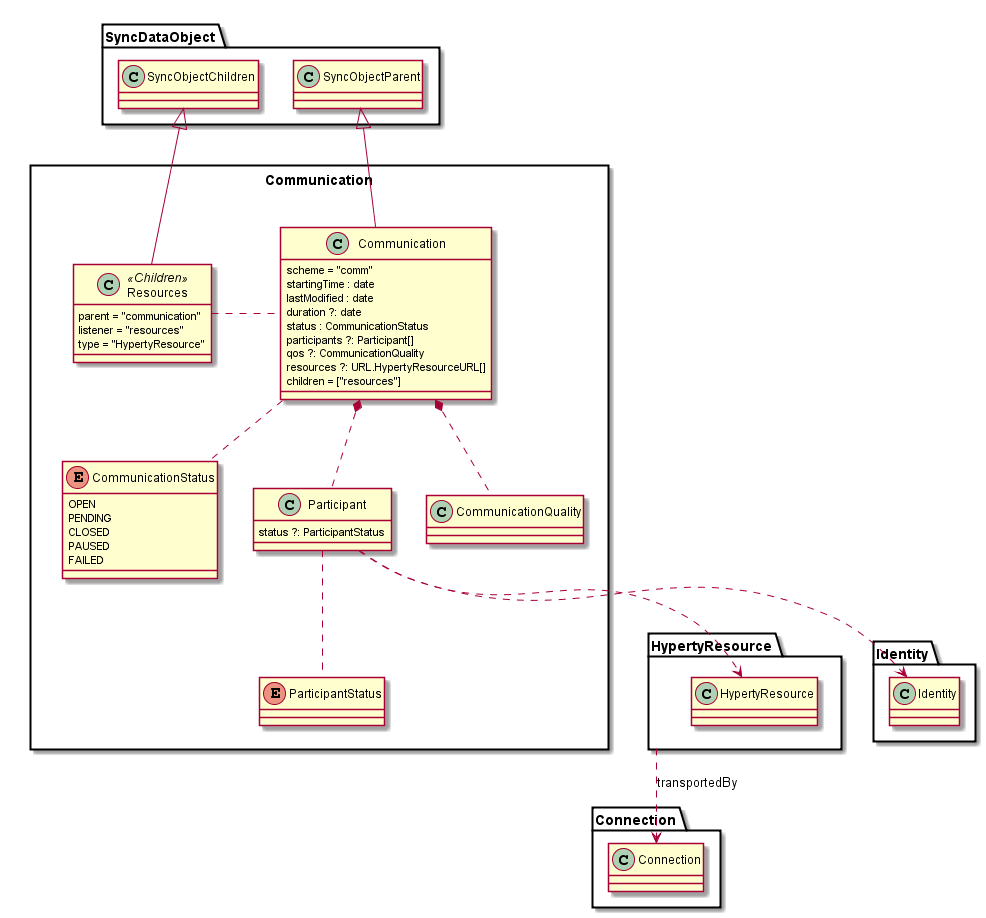
Before: docs/datamodel/data-objects/communication/Communication-Data-Object-Model.png, a diagram exported from PlantUML (reTHINK-project/dev-service-framework).
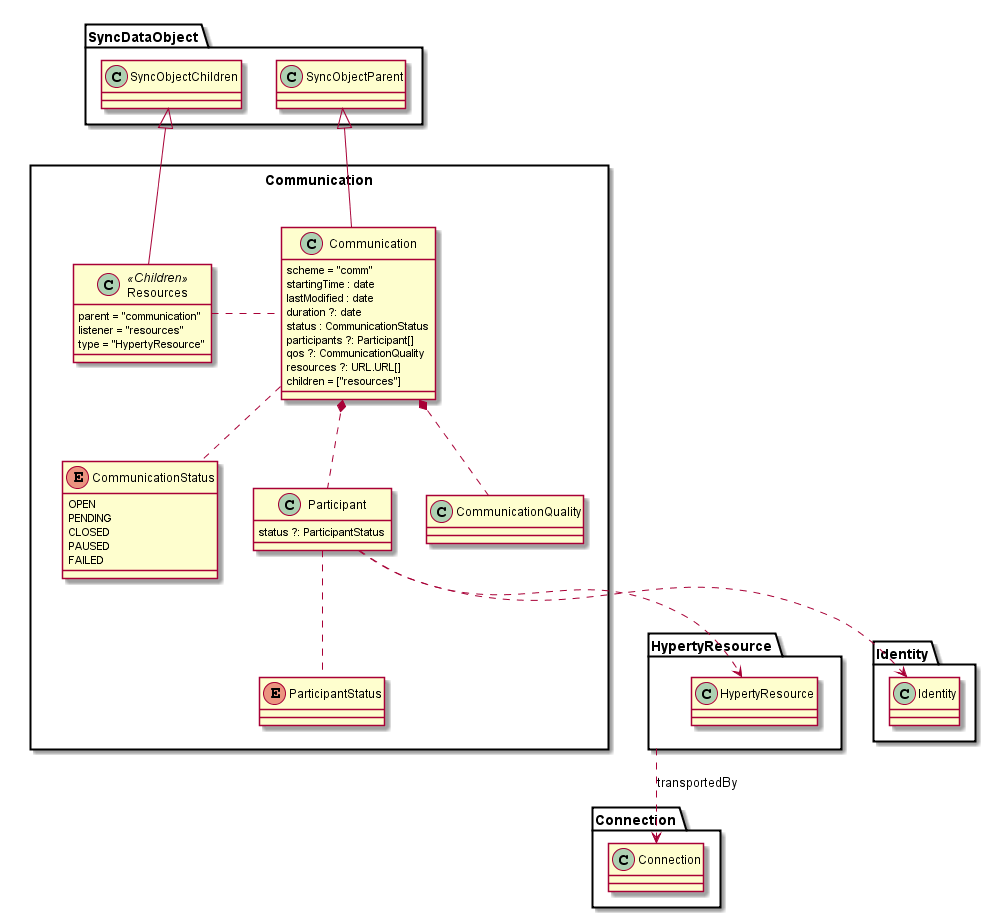
Later version of the same file.

Commit message:
Added "mimitype" attribute to "HypertyResource" data object:

Diff of the diagram source:
```diff
@@ -10,7 +10,7 @@
 		status : CommunicationStatus
 		participants ?: Participant[]
 		qos ?: CommunicationQuality
-		resources ?: URL.HypertyResourceURL[]
+		resources ?: URL.URL[]
 		children = ["resources"]
 	}
 
```
